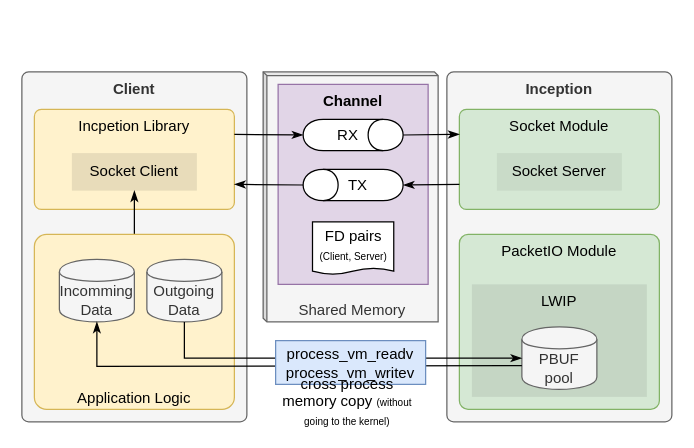
The draw.io diagram page "UDP Socket" (4 of 5) of doc/images/block_diagram.drawio in Spirent/openperf, before the edit. Source tidied: cells renumbered, new cells numbered last; positions are measured from the earlier drawing's top-left corner, leaving out a move shared by most shapes. Both pictures are drawn from the tidied source at 125%, with x=0, y=0 at pixel (21, 71).
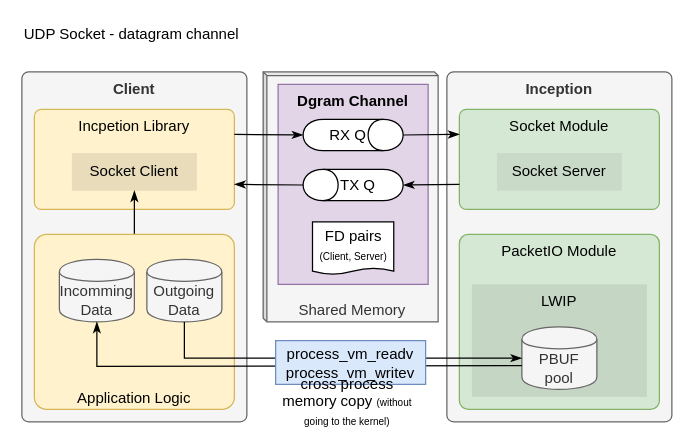
The same page after the edit.

Commit message (it also covers changes not shown here):
developper guide: socket module - stream channel

The edit, as a diff of the source:
```diff
@@
-    <mxCell id="3" value="&lt;b&gt;Channel&lt;/b&gt;" style="rounded=0;whiteSpace=wrap;html=1;fontFamily=Avenir Next Condensed;fillColor=#e1d5e7;strokeColor=#9673a6;verticalAlign=top;" parent="1" vertex="1">
+    <mxCell id="3" value="&lt;b&gt;Dgram Channel&lt;/b&gt;" style="rounded=0;whiteSpace=wrap;html=1;fontFamily=Avenir Next Condensed;fillColor=#e1d5e7;strokeColor=#9673a6;verticalAlign=top;" parent="1" vertex="1">
       <mxGeometry x="205" y="10" width="120" height="160" as="geometry" />
     </mxCell>
@@
-    <mxCell id="11" value="RX" style="shape=cylinder;whiteSpace=wrap;html=1;boundedLbl=1;backgroundOutline=1;fontFamily=Avenir Next Condensed;direction=south;" parent="1" vertex="1">
+    <mxCell id="11" value="RX Q" style="shape=cylinder;whiteSpace=wrap;html=1;boundedLbl=1;backgroundOutline=1;fontFamily=Avenir Next Condensed;direction=south;" parent="1" vertex="1">
       <mxGeometry x="225" y="38" width="80" height="25" as="geometry" />
     </mxCell>
@@
-    <mxCell id="13" value="TX" style="shape=cylinder;whiteSpace=wrap;html=1;boundedLbl=1;backgroundOutline=1;fontFamily=Avenir Next Condensed;direction=south;flipV=1;flipH=1;" parent="1" vertex="1">
+    <mxCell id="13" value="TX Q" style="shape=cylinder;whiteSpace=wrap;html=1;boundedLbl=1;backgroundOutline=1;fontFamily=Avenir Next Condensed;direction=south;flipV=1;flipH=1;" parent="1" vertex="1">
       <mxGeometry x="225" y="78" width="80" height="25" as="geometry" />
     </mxCell>
@@
+    <mxCell id="28" value="&lt;font face=&quot;Avenir Next&quot;&gt;UDP Socket - datagram channel&lt;/font&gt;" style="text;html=1;strokeColor=none;fillColor=none;align=left;verticalAlign=middle;whiteSpace=wrap;rounded=0;dashed=1;" parent="1" vertex="1">
+      <mxGeometry y="-40" width="210" height="20" as="geometry" />
+    </mxCell>
```
